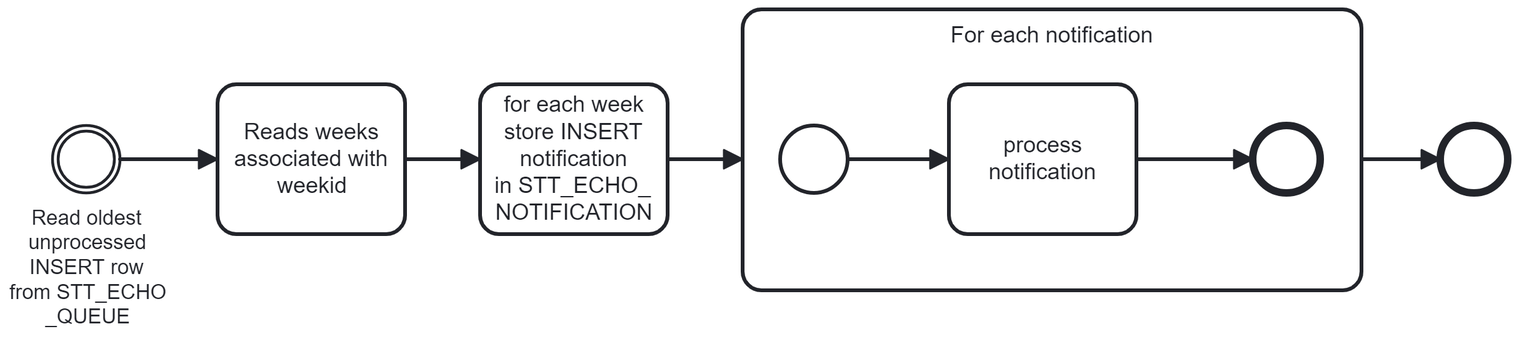
The BPMN diagram img/notification-delete.png in ororker/cmis-e360, before a commit. Its source is kept beside it as notification-delete.bpmn. Ids are renumbered.
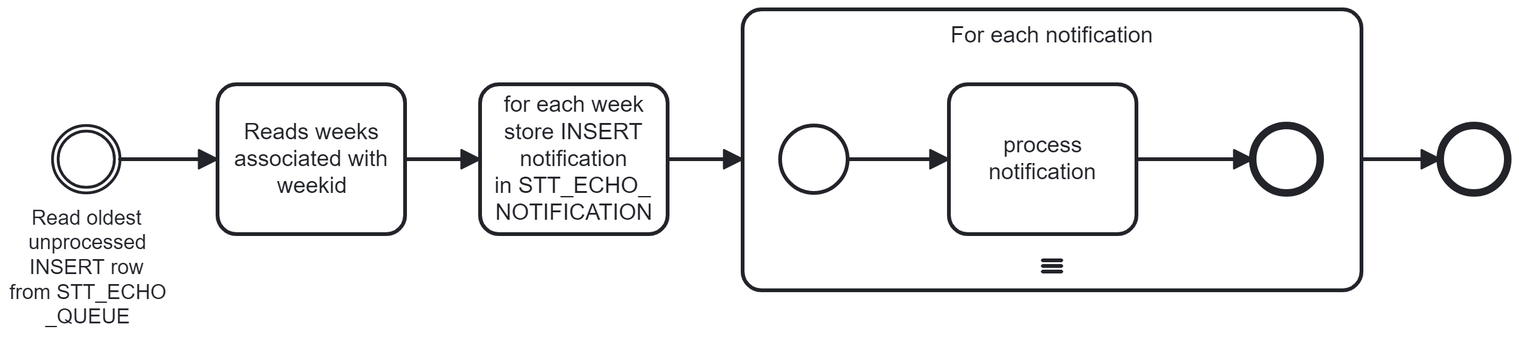
Later version of the same file.

Commit message:
add sequential marker to sub-process

The edit, as a diff of the source:
```diff
@@ -10,6 +10,7 @@
     <bpmn:subProcess id="Activity_n7" name="For each notification">
       <bpmn:incoming>Flow_n5</bpmn:incoming>
       <bpmn:outgoing>Flow_n4</bpmn:outgoing>
+      <bpmn:multiInstanceLoopCharacteristics isSequential="true" />
       <bpmn:startEvent id="Event_n12">
         <bpmn:outgoing>Flow_n13</bpmn:outgoing>
       </bpmn:startEvent>
@@ -40,6 +41,20 @@
       <bpmndi:BPMNShape id="Event_n3_di" bpmnElement="Event_n3">
         <dc:Bounds x="922" y="142" width="36" height="36" />
       </bpmndi:BPMNShape>
+      <bpmndi:BPMNShape id="Activity_n6_di" bpmnElement="Activity_n6">
+        <dc:Bounds x="410" y="120" width="100" height="80" />
+        <bpmndi:BPMNLabel />
+      </bpmndi:BPMNShape>
+      <bpmndi:BPMNShape id="BPMNShape_n17" bpmnElement="Event_n9">
+        <dc:Bounds x="182" y="142" width="36" height="36" />
+        <bpmndi:BPMNLabel>
+          <dc:Bounds x="159" y="185" width="84" height="66" />
+        </bpmndi:BPMNLabel>
+      </bpmndi:BPMNShape>
+      <bpmndi:BPMNShape id="Activity_n10_di" bpmnElement="Activity_n10">
+        <dc:Bounds x="270" y="120" width="100" height="80" />
+        <bpmndi:BPMNLabel />
+      </bpmndi:BPMNShape>
       <bpmndi:BPMNShape id="Activity_1nt4fov_di" bpmnElement="Activity_n7" isExpanded="true">
         <dc:Bounds x="550" y="80" width="330" height="150" />
       </bpmndi:BPMNShape>
@@ -61,36 +76,22 @@
         <di:waypoint x="760" y="160" />
         <di:waypoint x="822" y="160" />
       </bpmndi:BPMNEdge>
-      <bpmndi:BPMNShape id="Activity_n6_di" bpmnElement="Activity_n6">
-        <dc:Bounds x="410" y="120" width="100" height="80" />
-        <bpmndi:BPMNLabel />
-      </bpmndi:BPMNShape>
-      <bpmndi:BPMNShape id="BPMNShape_n17" bpmnElement="Event_n9">
-        <dc:Bounds x="182" y="142" width="36" height="36" />
-        <bpmndi:BPMNLabel>
-          <dc:Bounds x="159" y="185" width="84" height="66" />
-        </bpmndi:BPMNLabel>
-      </bpmndi:BPMNShape>
-      <bpmndi:BPMNShape id="Activity_n10_di" bpmnElement="Activity_n10">
-        <dc:Bounds x="270" y="120" width="100" height="80" />
-        <bpmndi:BPMNLabel />
-      </bpmndi:BPMNShape>
+      <bpmndi:BPMNEdge id="Flow_n4_di" bpmnElement="Flow_n4">
+        <di:waypoint x="880" y="160" />
+        <di:waypoint x="922" y="160" />
+      </bpmndi:BPMNEdge>
       <bpmndi:BPMNEdge id="Flow_n5_di" bpmnElement="Flow_n5">
         <di:waypoint x="510" y="160" />
         <di:waypoint x="550" y="160" />
+      </bpmndi:BPMNEdge>
+      <bpmndi:BPMNEdge id="Flow_n11_di" bpmnElement="Flow_n11">
+        <di:waypoint x="370" y="160" />
+        <di:waypoint x="410" y="160" />
       </bpmndi:BPMNEdge>
       <bpmndi:BPMNEdge id="Flow_n8_di" bpmnElement="Flow_n8">
         <di:waypoint x="218" y="160" />
         <di:waypoint x="270" y="160" />
       </bpmndi:BPMNEdge>
-      <bpmndi:BPMNEdge id="Flow_n4_di" bpmnElement="Flow_n4">
-        <di:waypoint x="880" y="160" />
-        <di:waypoint x="922" y="160" />
-      </bpmndi:BPMNEdge>
-      <bpmndi:BPMNEdge id="Flow_n11_di" bpmnElement="Flow_n11">
-        <di:waypoint x="370" y="160" />
-        <di:waypoint x="410" y="160" />
-      </bpmndi:BPMNEdge>
     </bpmndi:BPMNPlane>
   </bpmndi:BPMNDiagram>
 </bpmn:definitions>
```
